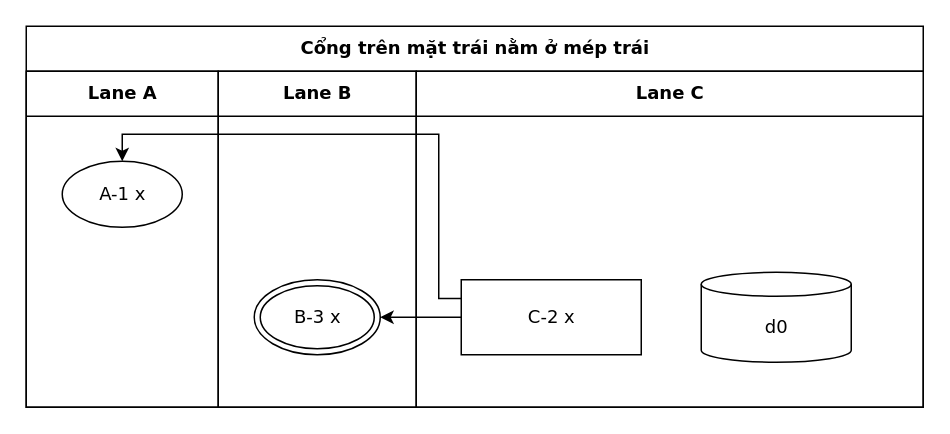
This is conformance/golden/cases/68-port-left-side.drawio from luytbq/flowcast, a draw.io file, before an edit. Source tidied: cells renumbered, new cells numbered last; positions are measured from the earlier drawing's top-left corner, leaving out a move shared by most shapes. Both pictures are drawn from the tidied source at 150%, with x=0, y=0 at pixel (26, 26).
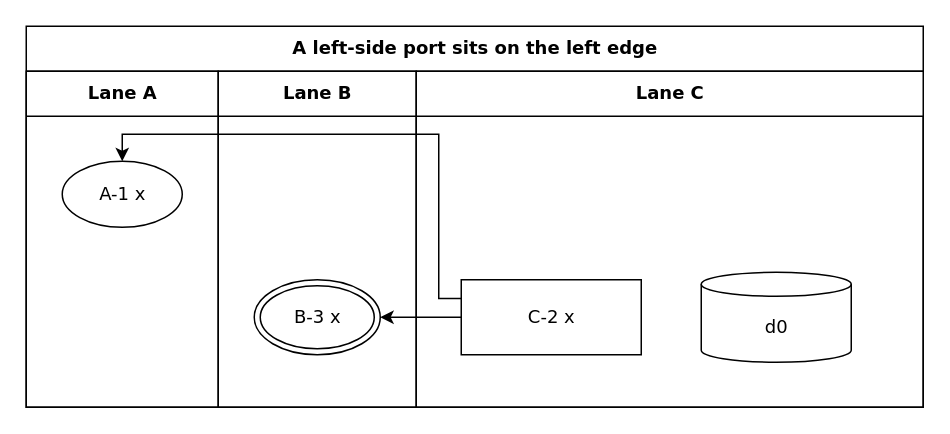
The same page after the edit.

The edit, as a diff of the source:
```diff
@@
 <mxGraphModel>
   <root>
     <mxCell id="0" />
     <mxCell id="1" parent="0" />
-    <mxCell id="2" value="Cổng trên mặt trái nằm ở mép trái" style="swimlane;html=1;startSize=30;fontStyle=1;fontFamily=Verdana;fontSize=12;flowtable=1;" parent="1" vertex="1">
+    <mxCell id="2" value="A left-side port sits on the left edge" style="swimlane;html=1;startSize=30;fontStyle=1;fontFamily=Verdana;fontSize=12;flowtable=1;" parent="1" vertex="1">
       <mxGeometry width="598" height="254" as="geometry" />
     </mxCell>
     <mxCell id="3" value="Lane A" style="swimlane;html=1;startSize=30;fontFamily=Verdana;fontSize=12;flowtable=1;" parent="2" vertex="1">
       <mxGeometry y="30" width="128" height="224" as="geometry" />
     </mxCell>
     <mxCell id="4" value="Lane B" style="swimlane;html=1;startSize=30;fontFamily=Verdana;fontSize=12;flowtable=1;" parent="2" vertex="1">
       <mxGeometry x="128" y="30" width="132" height="224" as="geometry" />
     </mxCell>
     <mxCell id="5" value="Lane C" style="swimlane;html=1;startSize=30;fontFamily=Verdana;fontSize=12;flowtable=1;" parent="2" vertex="1">
       <mxGeometry x="260" y="30" width="338" height="224" as="geometry" />
     </mxCell>
     <mxCell id="6" value="A-1 x" style="ellipse;html=1;fontFamily=Verdana;fontSize=12;flowtable=1;" parent="3" vertex="1">
       <mxGeometry x="24" y="60" width="80" height="44" as="geometry" />
     </mxCell>
     <mxCell id="7" value="C-2 x" style="rounded=0;html=1;fontFamily=Verdana;fontSize=12;flowtable=1;" parent="5" vertex="1">
       <mxGeometry x="30" y="139" width="120" height="50" as="geometry" />
     </mxCell>
     <mxCell id="8" value="d0" style="shape=cylinder3;html=1;boundedLbl=1;backgroundOutline=1;size=8;fontFamily=Verdana;fontSize=12;flowtable=1;" parent="5" vertex="1">
       <mxGeometry x="190" y="134" width="100" height="60" as="geometry" />
     </mxCell>
     <mxCell id="9" value="B-3 x" style="shape=doubleEllipse;html=1;fontFamily=Verdana;fontSize=12;flowtable=1;" parent="4" vertex="1">
       <mxGeometry x="24" y="139" width="84" height="50" as="geometry" />
     </mxCell>
     <mxCell id="10" style="edgeStyle=orthogonalEdgeStyle;rounded=0;jettySize=auto;html=1;labelBackgroundColor=default;exitX=0;exitY=0.5;exitDx=0;exitDy=0;entryX=1;entryY=0.5;entryDx=0;entryDy=0;fontFamily=Verdana;fontSize=12;flowtable=1;" parent="2" edge="1" source="7" target="9">
       <mxGeometry relative="1" as="geometry" />
     </mxCell>
     <mxCell id="11" style="edgeStyle=orthogonalEdgeStyle;rounded=0;jettySize=auto;html=1;labelBackgroundColor=default;exitX=0;exitY=0.25;exitDx=0;exitDy=0;entryX=0.5;entryY=0;entryDx=0;entryDy=0;fontFamily=Verdana;fontSize=12;flowtable=1;" parent="2" edge="1" source="7" target="6">
       <mxGeometry relative="1" as="geometry">
         <Array as="points">
           <mxPoint x="275" y="181.5" />
           <mxPoint x="275" y="72" />
           <mxPoint x="64" y="72" />
         </Array>
       </mxGeometry>
     </mxCell>
   </root>
 </mxGraphModel>
```
